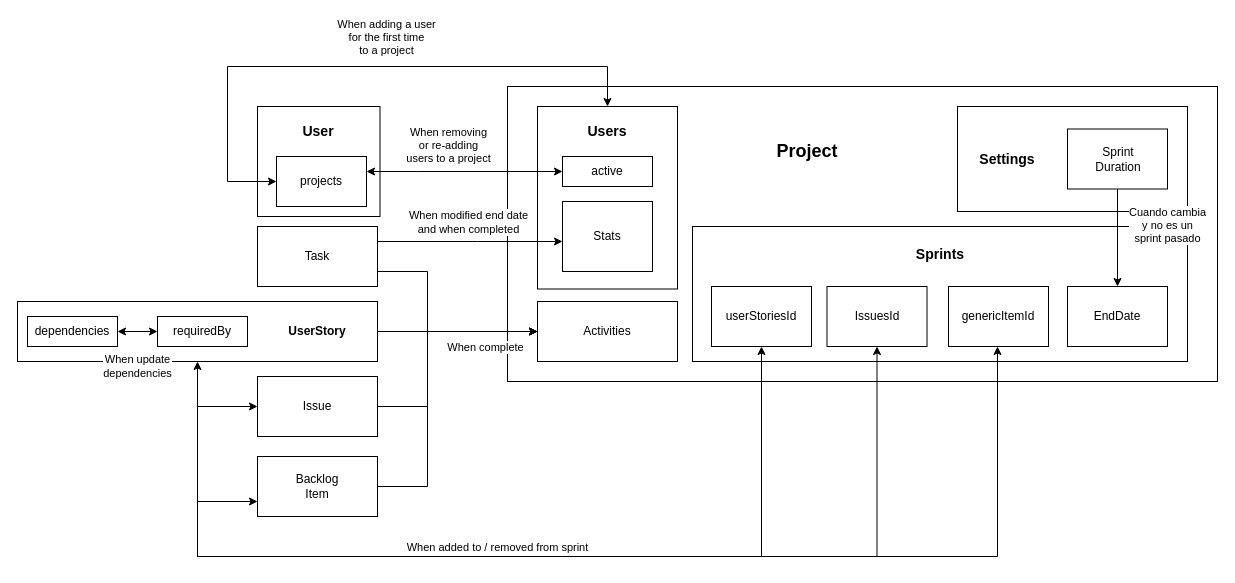
Before: firebase_dependencies.drawio in Apantli/Tenor, a draw.io diagram. Source tidied: cells renumbered, new cells numbered last; positions are measured from the earlier drawing's top-left corner, leaving out a move shared by most shapes. Both pictures are drawn from the tidied source at 100%, with x=0, y=0 at pixel (17, 66).
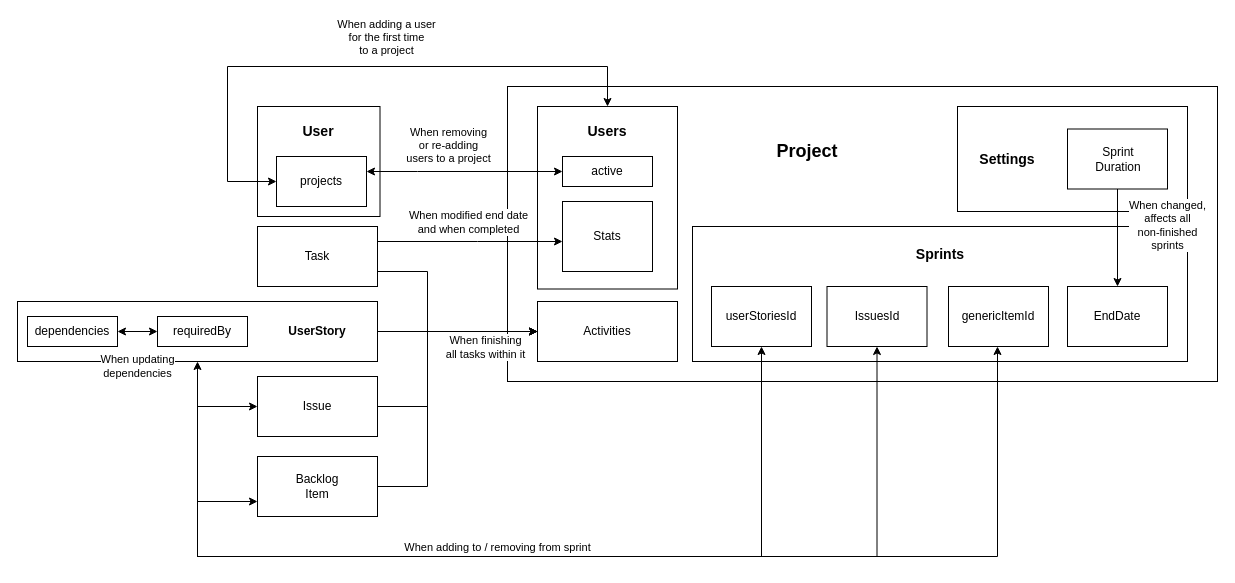
Above is the later version.

The change refers to these unchanged cells:
```xml
<mxCell id="8" style="edgeStyle=orthogonalEdgeStyle;rounded=0;jettySize=auto;html=1;entryX=0;entryY=0.5;entryDx=0;entryDy=0;exitX=1;exitY=0.75;exitDx=0;exitDy=0;" parent="1" edge="1" source="2" target="6">
  <mxGeometry relative="1" as="geometry">
    <Array as="points">
      <mxPoint x="410" y="205" />
      <mxPoint x="410" y="265" />
    </Array>
  </mxGeometry>
</mxCell>
<mxCell id="29" style="edgeStyle=orthogonalEdgeStyle;rounded=0;jettySize=auto;html=1;exitX=0;exitY=0.75;exitDx=0;exitDy=0;startArrow=classic;startFill=1;" parent="1" edge="1" source="17" target="25">
  <mxGeometry relative="1" as="geometry">
    <Array as="points">
      <mxPoint x="180" y="435" />
      <mxPoint x="180" y="490" />
      <mxPoint x="980" y="490" />
    </Array>
  </mxGeometry>
</mxCell>
<mxCell id="35" style="edgeStyle=orthogonalEdgeStyle;rounded=0;jettySize=auto;html=1;entryX=0.5;entryY=0;entryDx=0;entryDy=0;" parent="1" edge="1" source="37" target="31">
  <mxGeometry relative="1" as="geometry" />
</mxCell>
<mxCell id="54" style="rounded=0;whiteSpace=wrap;html=1;" parent="1" vertex="1">
  <mxGeometry x="10" y="250" width="90" height="30" as="geometry" />
</mxCell>
<mxCell id="56" style="rounded=0;whiteSpace=wrap;html=1;" parent="1" vertex="1">
  <mxGeometry x="140" y="250" width="90" height="30" as="geometry" />
</mxCell>
```

Diff of the diagram source:
```diff
@@
-    <mxCell id="9" value="When complete" style="edgeLabel;html=1;align=center;verticalAlign=middle;" parent="8" vertex="1">
+    <mxCell id="9" value="When finishing&lt;div&gt;all tasks within it&lt;/div&gt;" style="edgeLabel;html=1;align=center;verticalAlign=middle;" parent="8" vertex="1">
       <mxGeometry x="0.12" y="-2" relative="1" as="geometry">
         <mxPoint x="44" y="13" as="offset" />
       </mxGeometry>
     </mxCell>
@@
-    <mxCell id="30" value="When added to / removed from sprint" style="edgeLabel;html=1;align=center;verticalAlign=middle;" parent="29" vertex="1">
+    <mxCell id="30" value="When adding to / removing from sprint" style="edgeLabel;html=1;align=center;verticalAlign=middle;" parent="29" vertex="1">
       <mxGeometry x="-0.35" y="3" relative="1" as="geometry">
         <mxPoint x="48" y="-7" as="offset" />
       </mxGeometry>
     </mxCell>
@@
-    <mxCell id="36" value="Cuando cambia&lt;div&gt;y no es un&lt;/div&gt;&lt;div&gt;sprint pasado&lt;/div&gt;" style="edgeLabel;html=1;align=center;verticalAlign=middle;" parent="35" vertex="1">
+    <mxCell id="36" value="&lt;div&gt;When changed,&lt;/div&gt;&lt;div&gt;affects all&lt;/div&gt;&lt;div&gt;non-finished&lt;/div&gt;&lt;div&gt;sprints&lt;/div&gt;" style="edgeLabel;html=1;align=center;verticalAlign=middle;" parent="35" vertex="1">
       <mxGeometry x="0.31" y="-1" relative="1" as="geometry">
         <mxPoint x="50" y="-28" as="offset" />
       </mxGeometry>
     </mxCell>
@@
-    <mxCell id="53" value="When update&lt;div&gt;dependencies&lt;/div&gt;" style="edgeStyle=orthogonalEdgeStyle;rounded=0;jettySize=auto;html=1;entryX=0;entryY=0.5;entryDx=0;entryDy=0;startArrow=classic;startFill=1;" parent="1" edge="1" source="54" target="56">
+    <mxCell id="53" value="When updating&lt;div&gt;dependencies&lt;/div&gt;" style="edgeStyle=orthogonalEdgeStyle;rounded=0;jettySize=auto;html=1;entryX=0;entryY=0.5;entryDx=0;entryDy=0;startArrow=classic;startFill=1;" parent="1" edge="1" source="54" target="56">
       <mxGeometry y="-35" relative="1" as="geometry" />
     </mxCell>
```
